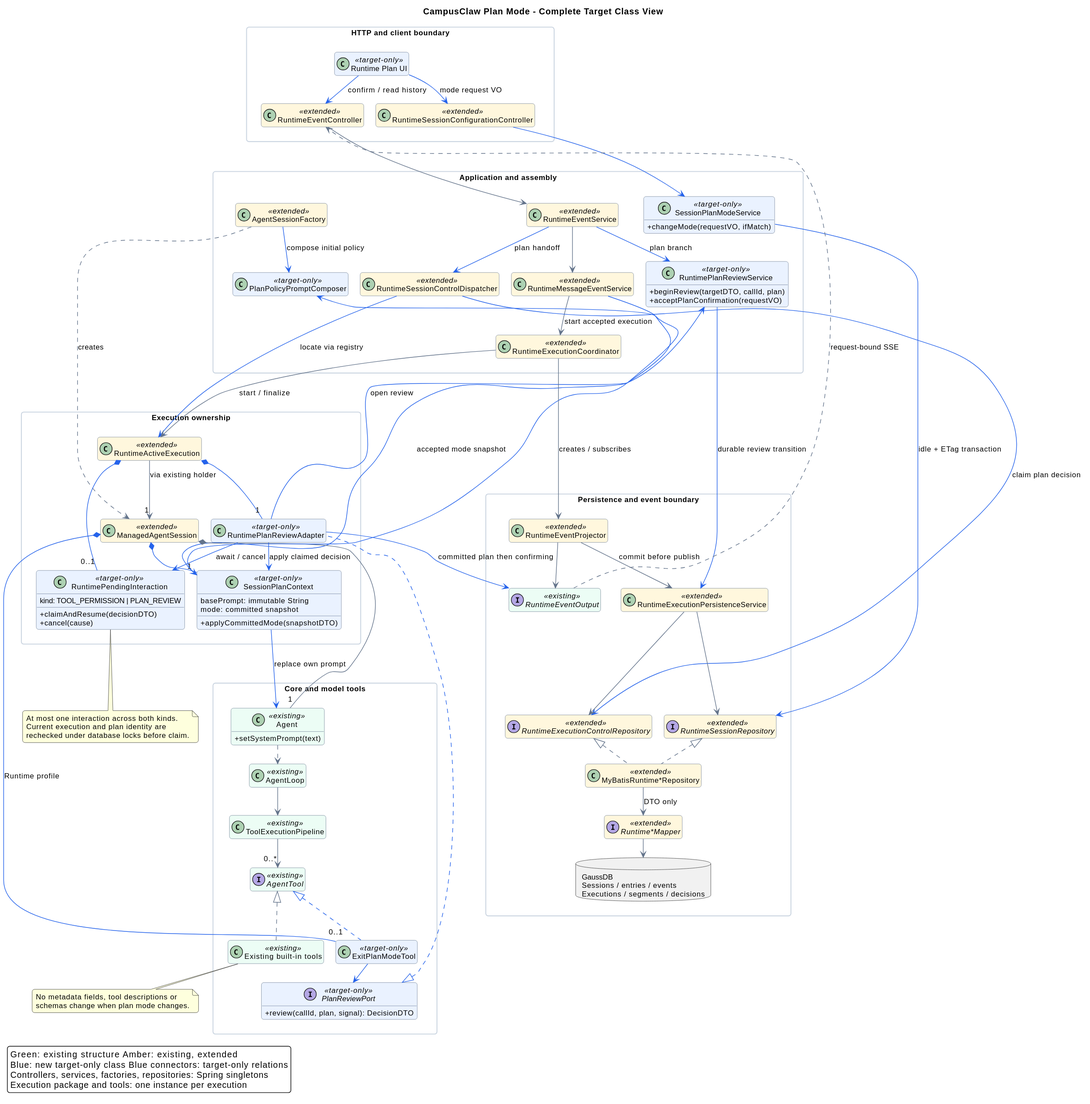
Before: 01-总体架构/06-CampusClaw计划模式/plan_mode_target_classes.svg, a diagram exported from PlantUML (ssm0808/pi-mono-java-design). Source of this version:
```plantuml
@startuml
title CampusClaw Plan Mode - Complete Target Class View
top to bottom direction
allowmixing
skinparam backgroundColor #FFFFFF
skinparam defaultFontName SansSerif
skinparam defaultFontSize 12
skinparam shadowing false
skinparam roundcorner 8
skinparam packageStyle rectangle
skinparam ArrowColor #64748B
skinparam classAttributeIconSize 0
skinparam nodesep 20
skinparam ranksep 30
skinparam classBorderColor #64748B
skinparam packageBorderColor #CBD5E1
hide empty members

legend bottom left
  Green: existing structure     Amber: existing, extended
  Blue: new target-only class   Blue connectors: target-only relations
  Controllers, services, factories, repositories: Spring singletons
  Execution package and tools: one instance per execution
endlegend

package "HTTP and client boundary" as HttpBoundary {
  class "Runtime Plan UI" as UI <<target-only>> #EAF2FF
  class "RuntimeSessionConfigurationController" as ConfigApi <<extended>> #FFF7DD
  class "RuntimeEventController" as EventApi <<extended>> #FFF7DD
}

package "Application and assembly" as Application {
  class "SessionPlanModeService" as ModeService <<target-only>> #EAF2FF {
    +changeMode(requestVO, ifMatch)
  }
  class "RuntimeEventService" as EventService <<extended>> #FFF7DD
  class "RuntimeMessageEventService" as MessageService <<extended>> #FFF7DD
  class "RuntimeExecutionCoordinator" as Coordinator <<extended>> #FFF7DD
  class "RuntimeSessionControlDispatcher" as Dispatcher <<extended>> #FFF7DD
  class "RuntimePlanReviewService" as ReviewService <<target-only>> #EAF2FF {
    +beginReview(targetDTO, callId, plan)
    +acceptPlanConfirmation(requestVO)
  }
  class "AgentSessionFactory" as Factory <<extended>> #FFF7DD
  class "PlanPolicyPromptComposer" as Composer <<target-only>> #EAF2FF
}

package "Execution ownership" as ExecutionScope {
  class "RuntimeActiveExecution" as Execution <<extended>> #FFF7DD
  class "RuntimePendingInteraction" as Pending <<target-only>> #EAF2FF {
    kind: TOOL_PERMISSION | PLAN_REVIEW
    +claimAndResume(decisionDTO)
    +cancel(cause)
  }
  class "ManagedAgentSession" as Session <<extended>> #FFF7DD
  class "SessionPlanContext" as PlanContext <<target-only>> #EAF2FF {
    basePrompt: immutable String
    mode: committed snapshot
    +applyCommittedMode(snapshotDTO)
  }
  class "RuntimePlanReviewAdapter" as ReviewAdapter <<target-only>> #EAF2FF
}

package "Core and model tools" as ToolScope {
  class "Agent" as AgentCore <<existing>> #ECFDF5 {
    +setSystemPrompt(text)
  }
  class "AgentLoop" as Loop <<existing>> #ECFDF5
  class "ToolExecutionPipeline" as Pipeline <<existing>> #ECFDF5
  interface "AgentTool" as Tool <<existing>> #ECFDF5
  class "ExitPlanModeTool" as ExitTool <<target-only>> #EAF2FF
  class "Existing built-in tools" as ExistingTools <<existing>> #ECFDF5
  interface "PlanReviewPort" as ReviewPort <<target-only>> #EAF2FF {
    +review(callId, plan, signal): DecisionDTO
  }
}

package "Persistence and event boundary" as PersistenceScope {
  class "RuntimeExecutionPersistenceService" as Persistence <<extended>> #FFF7DD
  interface "RuntimeSessionRepository" as SessionRepo <<extended>> #FFF7DD
  interface "RuntimeExecutionControlRepository" as ControlRepo <<extended>> #FFF7DD
  class "MyBatisRuntime*Repository" as Repos <<extended>> #FFF7DD
  interface "Runtime*Mapper" as Mappers <<extended>> #FFF7DD
  class "RuntimeEventProjector" as Projector <<extended>> #FFF7DD
  interface "RuntimeEventOutput" as Output <<existing>> #ECFDF5
  database "GaussDB\nSessions / entries / events\nExecutions / segments / decisions" as DB
}

HttpBoundary -[hidden]down- Application
Application -[hidden]down- ExecutionScope
ExecutionScope -[hidden]right- ToolScope
ExecutionScope -[hidden]down- PersistenceScope

UI -[#2563EB]-> ConfigApi : mode request VO
UI -[#2563EB]-> EventApi : confirm / read history
ConfigApi -[#2563EB]-> ModeService
EventApi --> EventService
EventService -[#2563EB]-> ReviewService : plan branch
EventService --> MessageService
MessageService --> Coordinator : start accepted execution
MessageService -[#2563EB,norank]-> PlanContext : accepted mode snapshot
EventService -[#2563EB]-> Dispatcher : plan handoff
Dispatcher -[#2563EB]-> Execution : locate via registry
Dispatcher -[#2563EB,norank]-> ControlRepo : claim plan decision
Coordinator --> Execution : start / finalize
ModeService -[#2563EB]-> SessionRepo : idle + ETag transaction
ReviewService -[#2563EB]-> Persistence : durable review transition
Factory ..> Session : creates
Factory -[#2563EB]-> Composer : compose initial policy
Session *-- "1" AgentCore
Session *-[#2563EB]- "1" PlanContext
Execution *-[#2563EB]- "0..1" Pending
Execution *-[#2563EB]- "1" ReviewAdapter
Execution --> "1" Session : via existing holder
ReviewAdapter -[#2563EB]-> Pending : await / cancel
ReviewAdapter -[#2563EB,norank]-> ReviewService : open review
ReviewAdapter -[#2563EB]-> PlanContext : apply claimed decision
PlanContext -[#2563EB,norank]-> Composer
PlanContext -[#2563EB]-> AgentCore : replace own prompt
AgentCore ..> Loop
Loop --> Pipeline
Pipeline --> "0..*" Tool
Tool <|.. ExistingTools
Tool <|.[#2563EB]. ExitTool
Session *-[#2563EB]- "0..1" ExitTool : Runtime profile
ExitTool -[#2563EB]-> ReviewPort
ReviewPort <|.[#2563EB,norank]. ReviewAdapter
Persistence --> SessionRepo
Persistence --> ControlRepo
SessionRepo <|.. Repos
ControlRepo <|.. Repos
Repos --> Mappers : DTO only
Mappers --> DB
Projector --> Persistence : commit before publish
Coordinator --> Projector : creates / subscribes
Projector --> Output
ReviewAdapter -[#2563EB]-> Output : committed plan then confirming
Output .[norank].> EventApi : request-bound SSE

note bottom of Pending
  At most one interaction across both kinds.
  Current execution and plan identity are
  rechecked under database locks before claim.
end note
note bottom of ExistingTools
  No metadata fields, tool descriptions or
  schemas change when plan mode changes.
end note
@enduml
```
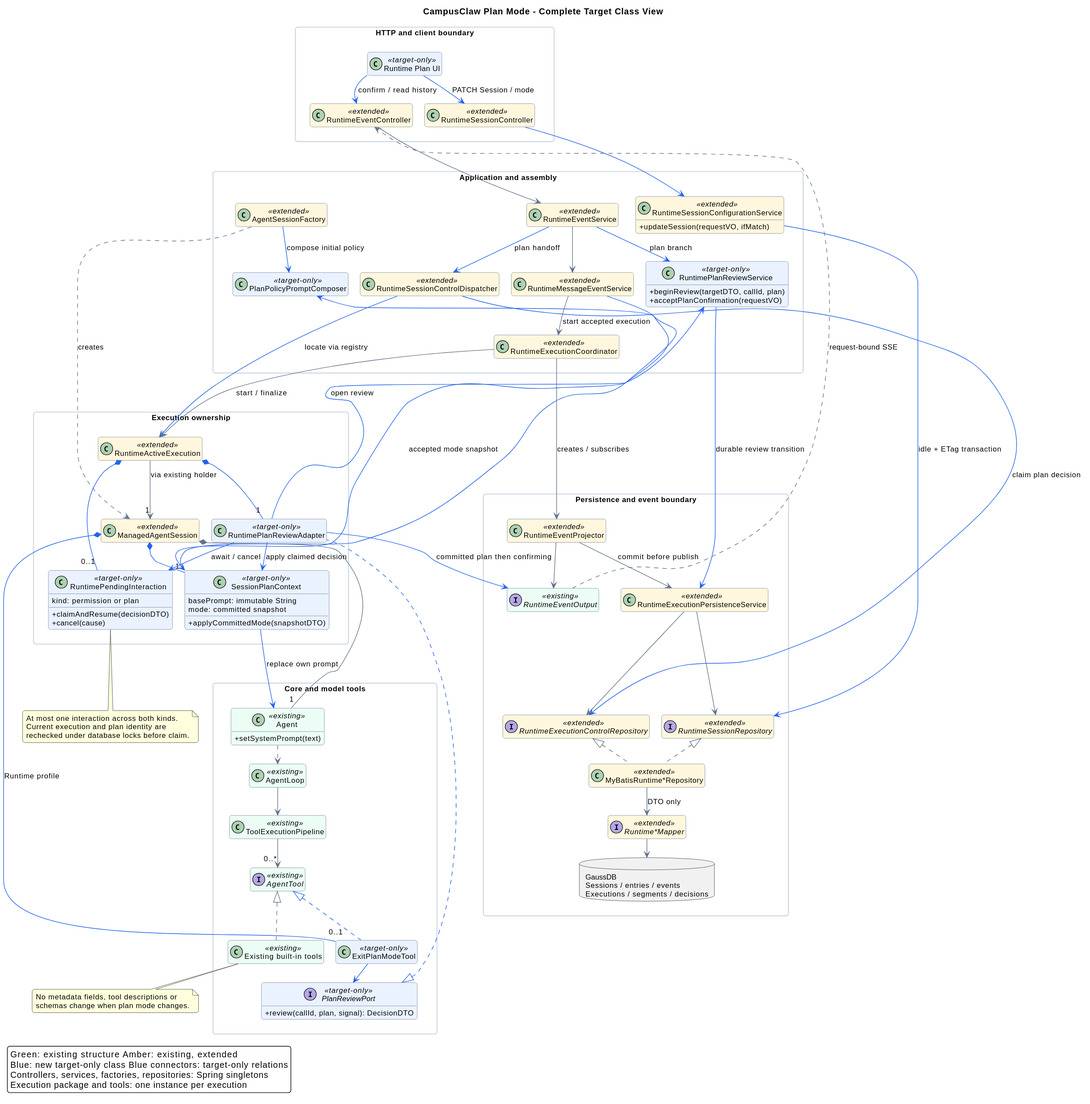
After the change.

Commit message:
docs(plan): 将工作模式切换归入 Session 更新

Change to the diagram source:
```diff
@@ -25,13 +25,13 @@
 
 package "HTTP and client boundary" as HttpBoundary {
   class "Runtime Plan UI" as UI <<target-only>> #EAF2FF
-  class "RuntimeSessionConfigurationController" as ConfigApi <<extended>> #FFF7DD
+  class "RuntimeSessionController" as ConfigApi <<extended>> #FFF7DD
   class "RuntimeEventController" as EventApi <<extended>> #FFF7DD
 }
 
 package "Application and assembly" as Application {
-  class "SessionPlanModeService" as ModeService <<target-only>> #EAF2FF {
-    +changeMode(requestVO, ifMatch)
+  class "RuntimeSessionConfigurationService" as ModeService <<extended>> #FFF7DD {
+    +updateSession(requestVO, ifMatch)
   }
   class "RuntimeEventService" as EventService <<extended>> #FFF7DD
   class "RuntimeMessageEventService" as MessageService <<extended>> #FFF7DD
@@ -48,7 +48,7 @@
 package "Execution ownership" as ExecutionScope {
   class "RuntimeActiveExecution" as Execution <<extended>> #FFF7DD
   class "RuntimePendingInteraction" as Pending <<target-only>> #EAF2FF {
-    kind: TOOL_PERMISSION | PLAN_REVIEW
+    kind: permission or plan
     +claimAndResume(decisionDTO)
     +cancel(cause)
   }
@@ -91,7 +91,7 @@
 ExecutionScope -[hidden]right- ToolScope
 ExecutionScope -[hidden]down- PersistenceScope
 
-UI -[#2563EB]-> ConfigApi : mode request VO
+UI -[#2563EB]-> ConfigApi : PATCH Session / mode
 UI -[#2563EB]-> EventApi : confirm / read history
 ConfigApi -[#2563EB]-> ModeService
 EventApi --> EventService
```
